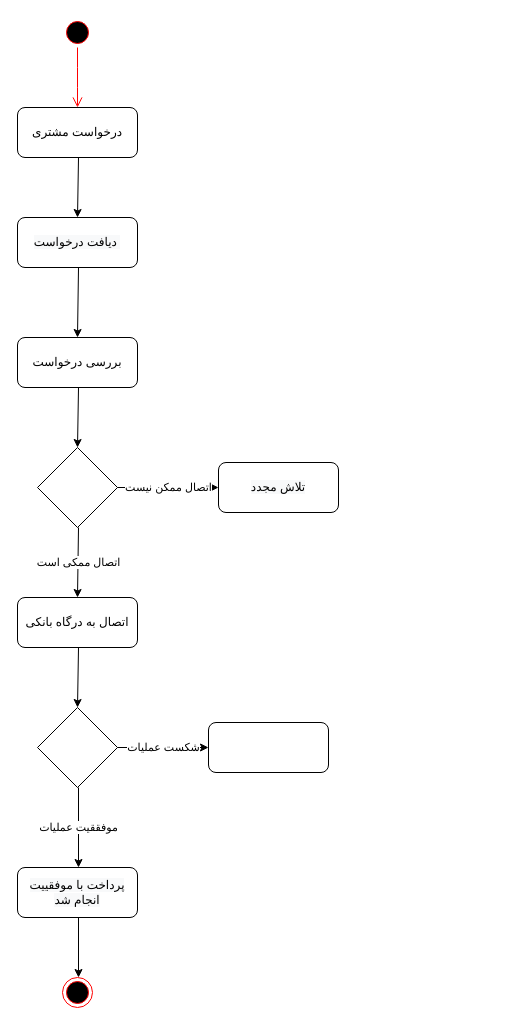
Earlier version of the draw.io diagram نمودار فعالیت پرداخت هزینه.drawio (Saeed-hajizade/Software-Engineering-Project). Source tidied: cells renumbered, new cells numbered last; positions are measured from the earlier drawing's top-left corner, leaving out a move shared by most shapes. Both pictures are drawn from the tidied source at 100%, with x=0, y=0 at pixel (17, 17).
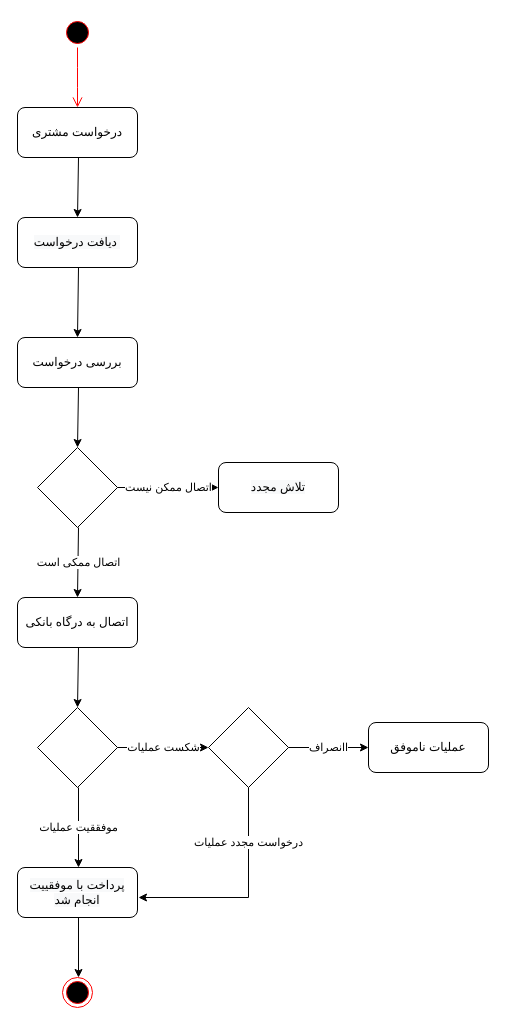
The same page after the edit.

Diff of the diagram source:
```diff
@@
-    <mxCell id="21" style="rounded=1;whiteSpace=wrap;html=1;" parent="1" vertex="1">
-      <mxGeometry x="191" y="705" width="120" height="50" as="geometry" />
-    </mxCell>
@@
+    <mxCell id="23" style="rhombus;whiteSpace=wrap;html=1;" parent="1" vertex="1">
+      <mxGeometry x="191" y="690" width="80" height="80" as="geometry" />
+    </mxCell>
+    <mxCell id="24" value="اانصراف" style="endArrow=classic;html=1;" parent="1" edge="1">
+      <mxGeometry relative="1" as="geometry">
+        <mxPoint x="271" y="730" as="sourcePoint" />
+        <mxPoint x="351" y="730" as="targetPoint" />
+      </mxGeometry>
+    </mxCell>
+    <mxCell id="25" value="عملیات ناموفق" style="rounded=1;whiteSpace=wrap;html=1;" parent="1" vertex="1">
+      <mxGeometry x="351" y="705" width="120" height="50" as="geometry" />
+    </mxCell>
+    <mxCell id="26" value="درخواست مجدد عملیات" style="endArrow=none;html=1;" parent="1" edge="1">
+      <mxGeometry relative="1" as="geometry">
+        <mxPoint x="231" y="880" as="sourcePoint" />
+        <mxPoint x="231" y="770" as="targetPoint" />
+      </mxGeometry>
+    </mxCell>
+    <mxCell id="27" style="endArrow=classic;html=1;" parent="1" edge="1">
+      <mxGeometry relative="1" as="geometry">
+        <mxPoint x="231" y="880" as="sourcePoint" />
+        <mxPoint x="121" y="880" as="targetPoint" />
+      </mxGeometry>
+    </mxCell>
```
